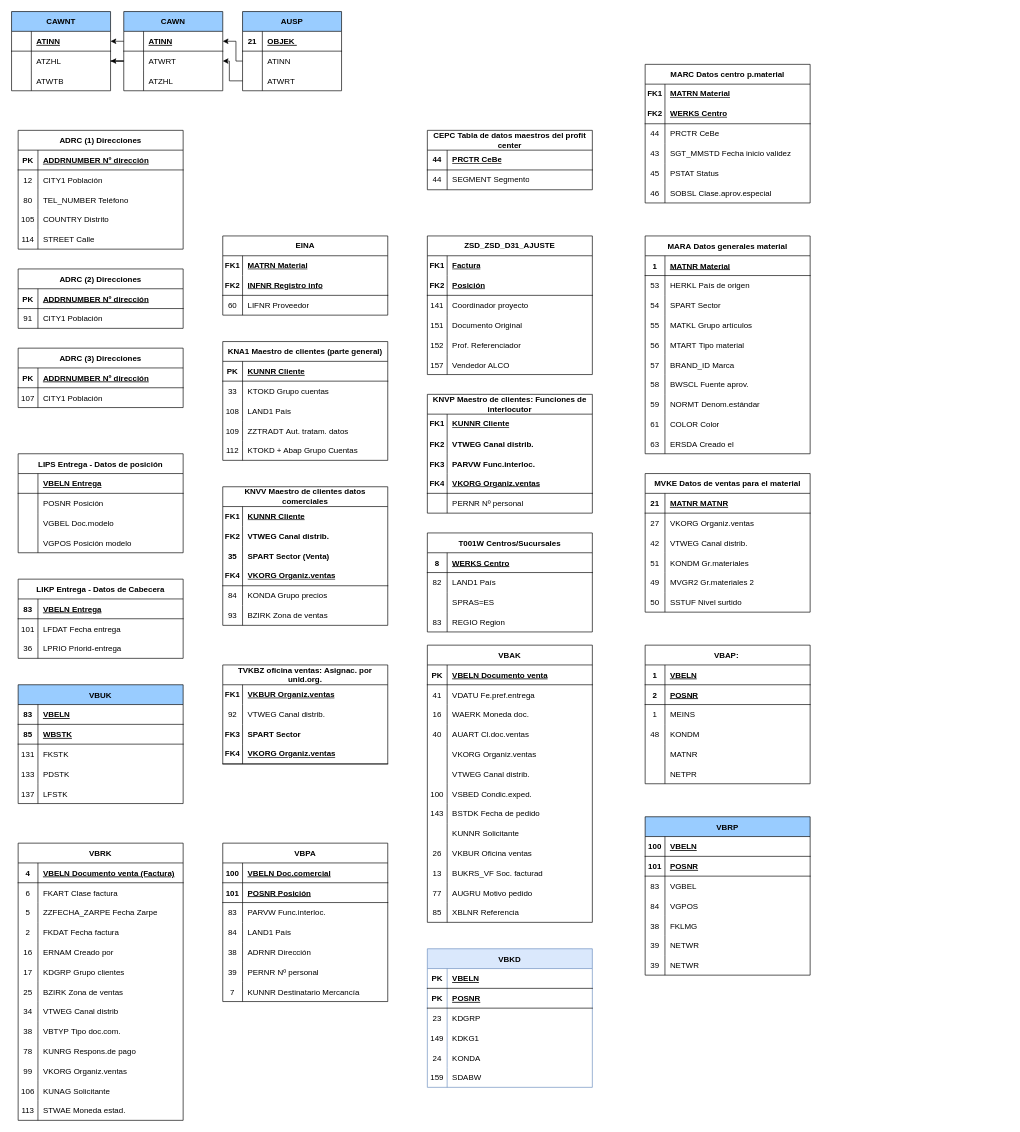
Earlier version of the draw.io diagram Untitled Diagram.drawio (Jacarrascoh1977/Ventas_Y_Contribuciones). Source tidied: cells renumbered, new cells numbered last; positions are measured from the earlier drawing's top-left corner, leaving out a move shared by most shapes. Both pictures are drawn from the tidied source at 66%, with x=0, y=0 at pixel (11, 11).
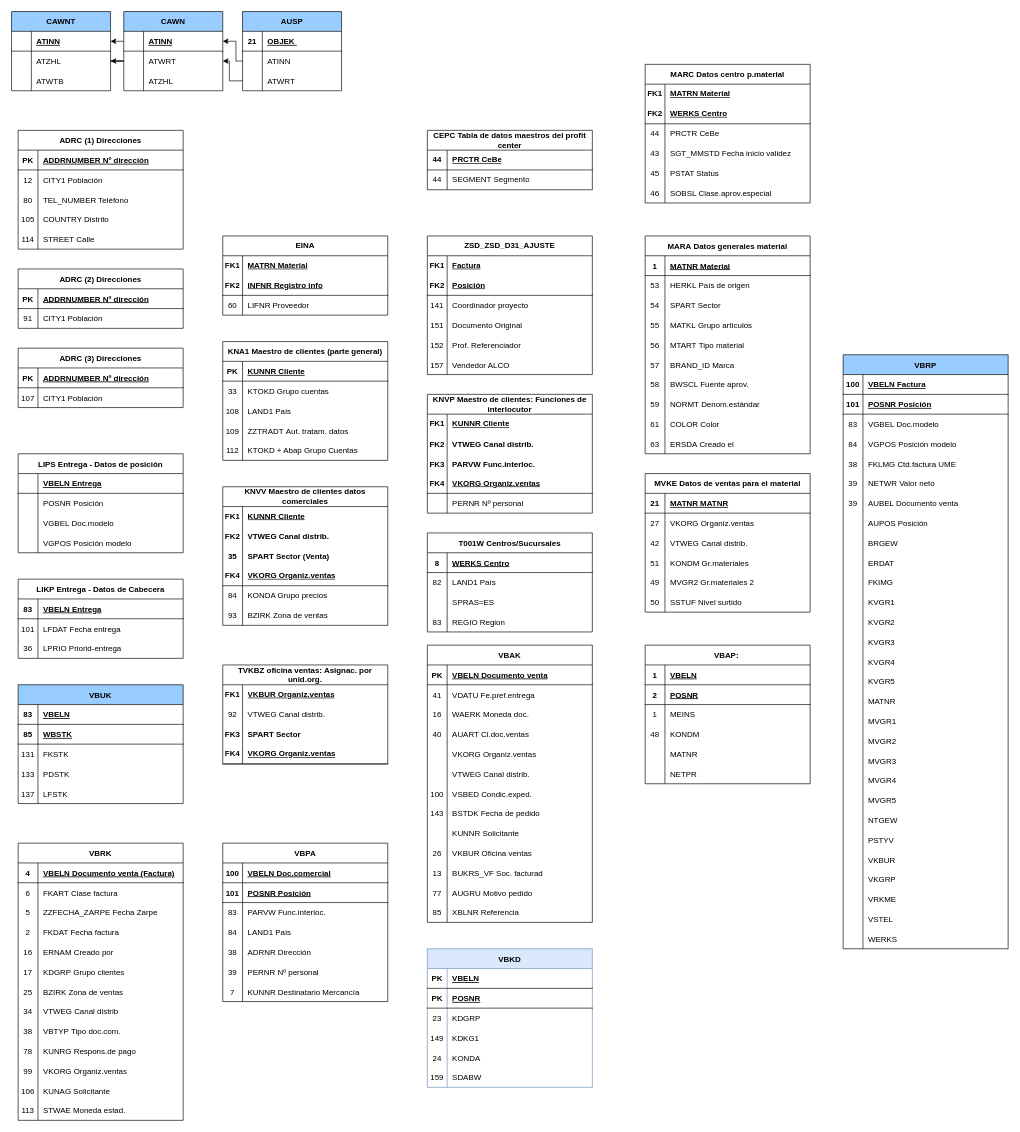
The same page after the edit.

Unchanged cells that the change refers to:
```xml
<mxCell id="406" style="shape=partialRectangle;fillColor=none;top=0;left=0;right=0;bottom=1;" parent="405" vertex="1">
  <mxGeometry y="30" width="250" height="30" as="geometry" />
</mxCell>
<mxCell id="409" style="shape=partialRectangle;fillColor=none;top=0;left=0;right=0;bottom=1;" parent="405" vertex="1">
  <mxGeometry y="60" width="250" height="30" as="geometry" />
</mxCell>
<mxCell id="412" style="shape=partialRectangle;fillColor=none;top=0;left=0;right=0;bottom=0;" parent="405" vertex="1">
  <mxGeometry y="90" width="250" height="30" as="geometry" />
</mxCell>
<mxCell id="415" style="shape=partialRectangle;fillColor=none;top=0;left=0;right=0;bottom=0;" parent="405" vertex="1">
  <mxGeometry y="120" width="250" height="30" as="geometry" />
</mxCell>
<mxCell id="418" style="shape=partialRectangle;fillColor=none;top=0;left=0;right=0;bottom=0;" parent="405" vertex="1">
  <mxGeometry y="150" width="250" height="30" as="geometry" />
</mxCell>
<mxCell id="421" style="shape=partialRectangle;fillColor=none;top=0;left=0;right=0;bottom=0;" parent="405" vertex="1">
  <mxGeometry y="180" width="250" height="30" as="geometry" />
</mxCell>
<mxCell id="424" style="shape=partialRectangle;fillColor=none;top=0;left=0;right=0;bottom=0;" parent="405" vertex="1">
  <mxGeometry y="210" width="250" height="30" as="geometry" />
</mxCell>
```

Diff of the diagram source:
```diff
@@
     <mxCell id="405" value="VBRP" style="shape=table;startSize=30;childLayout=tableLayout;rowLines=0;fontStyle=1;align=center;fillColor=#99CCFF;" parent="1" vertex="1">
-      <mxGeometry x="960" y="1220" width="250" height="240" as="geometry" />
+      <mxGeometry x="1260" y="520" width="250" height="900" as="geometry" />
     </mxCell>
@@
-    <mxCell id="408" value="VBELN" style="shape=partialRectangle;overflow=hidden;fillColor=none;top=0;left=0;bottom=0;right=0;align=left;spacingLeft=6;fontStyle=5;" parent="406" vertex="1">
+    <mxCell id="408" value="VBELN Factura" style="shape=partialRectangle;overflow=hidden;fillColor=none;top=0;left=0;bottom=0;right=0;align=left;spacingLeft=6;fontStyle=5;" parent="406" vertex="1">
       <mxGeometry x="30" width="220" height="30" as="geometry" />
     </mxCell>
@@
-    <mxCell id="411" value="POSNR" style="shape=partialRectangle;overflow=hidden;fillColor=none;top=0;left=0;bottom=0;right=0;align=left;spacingLeft=6;fontStyle=5;" parent="409" vertex="1">
+    <mxCell id="411" value="POSNR Posición" style="shape=partialRectangle;overflow=hidden;fillColor=none;top=0;left=0;bottom=0;right=0;align=left;spacingLeft=6;fontStyle=5;" parent="409" vertex="1">
       <mxGeometry x="30" width="220" height="30" as="geometry" />
     </mxCell>
@@
-    <mxCell id="414" value="VGBEL" style="shape=partialRectangle;overflow=hidden;fillColor=none;top=0;left=0;bottom=0;right=0;align=left;spacingLeft=6;" parent="412" vertex="1">
+    <mxCell id="414" value="VGBEL Doc.modelo" style="shape=partialRectangle;overflow=hidden;fillColor=none;top=0;left=0;bottom=0;right=0;align=left;spacingLeft=6;" parent="412" vertex="1">
       <mxGeometry x="30" width="220" height="30" as="geometry" />
     </mxCell>
@@
-    <mxCell id="417" value="VGPOS" style="shape=partialRectangle;overflow=hidden;fillColor=none;top=0;left=0;bottom=0;right=0;align=left;spacingLeft=6;" parent="415" vertex="1">
+    <mxCell id="417" value="VGPOS Posición modelo" style="shape=partialRectangle;overflow=hidden;fillColor=none;top=0;left=0;bottom=0;right=0;align=left;spacingLeft=6;" parent="415" vertex="1">
       <mxGeometry x="30" width="220" height="30" as="geometry" />
     </mxCell>
@@
-    <mxCell id="420" value="FKLMG" style="shape=partialRectangle;overflow=hidden;fillColor=none;top=0;left=0;bottom=0;right=0;align=left;spacingLeft=6;" parent="418" vertex="1">
+    <mxCell id="420" value="FKLMG Ctd.factura UME" style="shape=partialRectangle;overflow=hidden;fillColor=none;top=0;left=0;bottom=0;right=0;align=left;spacingLeft=6;" parent="418" vertex="1">
       <mxGeometry x="30" width="220" height="30" as="geometry" />
     </mxCell>
@@
-    <mxCell id="423" value="NETWR" style="shape=partialRectangle;overflow=hidden;fillColor=none;top=0;left=0;bottom=0;right=0;align=left;spacingLeft=6;" parent="421" vertex="1">
+    <mxCell id="423" value="NETWR Valor neto" style="shape=partialRectangle;overflow=hidden;fillColor=none;top=0;left=0;bottom=0;right=0;align=left;spacingLeft=6;" parent="421" vertex="1">
       <mxGeometry x="30" width="220" height="30" as="geometry" />
     </mxCell>
@@
-    <mxCell id="426" value="NETWR" style="shape=partialRectangle;overflow=hidden;fillColor=none;top=0;left=0;bottom=0;right=0;align=left;spacingLeft=6;" parent="424" vertex="1">
+    <mxCell id="426" value="AUBEL Documento venta" style="shape=partialRectangle;overflow=hidden;fillColor=none;top=0;left=0;bottom=0;right=0;align=left;spacingLeft=6;" parent="424" vertex="1">
       <mxGeometry x="30" width="220" height="30" as="geometry" />
     </mxCell>
+    <mxCell id="449" style="shape=tableRow;horizontal=0;startSize=0;swimlaneHead=0;swimlaneBody=0;fillColor=none;top=0;left=0;right=0;bottom=0;" parent="405" vertex="1">
+      <mxGeometry y="240" width="250" height="30" as="geometry" />
+    </mxCell>
+    <mxCell id="450" style="shape=partialRectangle;fillColor=none;top=0;left=0;bottom=0;right=0;overflow=hidden;" parent="449" vertex="1">
+      <mxGeometry width="30" height="30" as="geometry" />
+    </mxCell>
+    <mxCell id="451" value="AUPOS Posición" style="shape=partialRectangle;fillColor=none;top=0;left=0;bottom=0;right=0;align=left;spacingLeft=6;overflow=hidden;" parent="449" vertex="1">
+      <mxGeometry x="30" width="220" height="30" as="geometry" />
+    </mxCell>
+    <mxCell id="452" style="shape=tableRow;horizontal=0;startSize=0;swimlaneHead=0;swimlaneBody=0;fillColor=none;top=0;left=0;right=0;bottom=0;" parent="405" vertex="1">
+      <mxGeometry y="270" width="250" height="30" as="geometry" />
+    </mxCell>
+    <mxCell id="453" style="shape=partialRectangle;fillColor=none;top=0;left=0;bottom=0;right=0;overflow=hidden;" parent="452" vertex="1">
+      <mxGeometry width="30" height="30" as="geometry" />
+    </mxCell>
+    <mxCell id="454" value="BRGEW" style="shape=partialRectangle;fillColor=none;top=0;left=0;bottom=0;right=0;align=left;spacingLeft=6;overflow=hidden;" parent="452" vertex="1">
+      <mxGeometry x="30" width="220" height="30" as="geometry" />
+    </mxCell>
+    <mxCell id="455" style="shape=tableRow;horizontal=0;startSize=0;swimlaneHead=0;swimlaneBody=0;fillColor=none;top=0;left=0;right=0;bottom=0;" parent="405" vertex="1">
+      <mxGeometry y="300" width="250" height="30" as="geometry" />
+    </mxCell>
+    <mxCell id="456" style="shape=partialRectangle;fillColor=none;top=0;left=0;bottom=0;right=0;overflow=hidden;" parent="455" vertex="1">
+      <mxGeometry width="30" height="30" as="geometry" />
+    </mxCell>
+    <mxCell id="457" value="ERDAT" style="shape=partialRectangle;fillColor=none;top=0;left=0;bottom=0;right=0;align=left;spacingLeft=6;overflow=hidden;" parent="455" vertex="1">
+      <mxGeometry x="30" width="220" height="30" as="geometry" />
+    </mxCell>
+    <mxCell id="458" style="shape=tableRow;horizontal=0;startSize=0;swimlaneHead=0;swimlaneBody=0;fillColor=none;top=0;left=0;right=0;bottom=0;" parent="405" vertex="1">
+      <mxGeometry y="330" width="250" height="30" as="geometry" />
+    </mxCell>
+    <mxCell id="459" style="shape=partialRectangle;fillColor=none;top=0;left=0;bottom=0;right=0;overflow=hidden;" parent="458" vertex="1">
+      <mxGeometry width="30" height="30" as="geometry" />
+    </mxCell>
+    <mxCell id="460" value="FKIMG" style="shape=partialRectangle;fillColor=none;top=0;left=0;bottom=0;right=0;align=left;spacingLeft=6;overflow=hidden;" parent="458" vertex="1">
+      <mxGeometry x="30" width="220" height="30" as="geometry" />
+    </mxCell>
+    <mxCell id="461" style="shape=tableRow;horizontal=0;startSize=0;swimlaneHead=0;swimlaneBody=0;fillColor=none;top=0;left=0;right=0;bottom=0;" parent="405" vertex="1">
+      <mxGeometry y="360" width="250" height="30" as="geometry" />
+    </mxCell>
+    <mxCell id="462" style="shape=partialRectangle;fillColor=none;top=0;left=0;bottom=0;right=0;overflow=hidden;" parent="461" vertex="1">
+      <mxGeometry width="30" height="30" as="geometry" />
+    </mxCell>
+    <mxCell id="463" value="KVGR1" style="shape=partialRectangle;fillColor=none;top=0;left=0;bottom=0;right=0;align=left;spacingLeft=6;overflow=hidden;" parent="461" vertex="1">
+      <mxGeometry x="30" width="220" height="30" as="geometry" />
+    </mxCell>
+    <mxCell id="464" style="shape=tableRow;horizontal=0;startSize=0;swimlaneHead=0;swimlaneBody=0;fillColor=none;top=0;left=0;right=0;bottom=0;" parent="405" vertex="1">
+      <mxGeometry y="390" width="250" height="30" as="geometry" />
+    </mxCell>
+    <mxCell id="465" style="shape=partialRectangle;fillColor=none;top=0;left=0;bottom=0;right=0;overflow=hidden;" parent="464" vertex="1">
+      <mxGeometry width="30" height="30" as="geometry" />
+    </mxCell>
+    <mxCell id="466" value="KVGR2" style="shape=partialRectangle;fillColor=none;top=0;left=0;bottom=0;right=0;align=left;spacingLeft=6;overflow=hidden;" parent="464" vertex="1">
+      <mxGeometry x="30" width="220" height="30" as="geometry" />
+    </mxCell>
+    <mxCell id="467" style="shape=tableRow;horizontal=0;startSize=0;swimlaneHead=0;swimlaneBody=0;fillColor=none;top=0;left=0;right=0;bottom=0;" parent="405" vertex="1">
+      <mxGeometry y="420" width="250" height="30" as="geometry" />
+    </mxCell>
+    <mxCell id="468" style="shape=partialRectangle;fillColor=none;top=0;left=0;bottom=0;right=0;overflow=hidden;" parent="467" vertex="1">
+      <mxGeometry width="30" height="30" as="geometry" />
+    </mxCell>
+    <mxCell id="469" value="KVGR3" style="shape=partialRectangle;fillColor=none;top=0;left=0;bottom=0;right=0;align=left;spacingLeft=6;overflow=hidden;" parent="467" vertex="1">
+      <mxGeometry x="30" width="220" height="30" as="geometry" />
+    </mxCell>
+    <mxCell id="470" style="shape=tableRow;horizontal=0;startSize=0;swimlaneHead=0;swimlaneBody=0;fillColor=none;top=0;left=0;right=0;bottom=0;" parent="405" vertex="1">
+      <mxGeometry y="450" width="250" height="30" as="geometry" />
+    </mxCell>
+    <mxCell id="471" style="shape=partialRectangle;fillColor=none;top=0;left=0;bottom=0;right=0;overflow=hidden;" parent="470" vertex="1">
+      <mxGeometry width="30" height="30" as="geometry" />
+    </mxCell>
+    <mxCell id="472" value="KVGR4" style="shape=partialRectangle;fillColor=none;top=0;left=0;bottom=0;right=0;align=left;spacingLeft=6;overflow=hidden;" parent="470" vertex="1">
+      <mxGeometry x="30" width="220" height="30" as="geometry" />
+    </mxCell>
+    <mxCell id="473" style="shape=tableRow;horizontal=0;startSize=0;swimlaneHead=0;swimlaneBody=0;fillColor=none;top=0;left=0;right=0;bottom=0;" parent="405" vertex="1">
+      <mxGeometry y="480" width="250" height="30" as="geometry" />
+    </mxCell>
+    <mxCell id="474" style="shape=partialRectangle;fillColor=none;top=0;left=0;bottom=0;right=0;overflow=hidden;" parent="473" vertex="1">
+      <mxGeometry width="30" height="30" as="geometry" />
+    </mxCell>
+    <mxCell id="475" value="KVGR5" style="shape=partialRectangle;fillColor=none;top=0;left=0;bottom=0;right=0;align=left;spacingLeft=6;overflow=hidden;" parent="473" vertex="1">
+      <mxGeometry x="30" width="220" height="30" as="geometry" />
+    </mxCell>
+    <mxCell id="476" style="shape=tableRow;horizontal=0;startSize=0;swimlaneHead=0;swimlaneBody=0;fillColor=none;top=0;left=0;right=0;bottom=0;" parent="405" vertex="1">
+      <mxGeometry y="510" width="250" height="30" as="geometry" />
+    </mxCell>
+    <mxCell id="477" style="shape=partialRectangle;fillColor=none;top=0;left=0;bottom=0;right=0;overflow=hidden;" parent="476" vertex="1">
+      <mxGeometry width="30" height="30" as="geometry" />
+    </mxCell>
+    <mxCell id="478" value="MATNR" style="shape=partialRectangle;fillColor=none;top=0;left=0;bottom=0;right=0;align=left;spacingLeft=6;overflow=hidden;" parent="476" vertex="1">
+      <mxGeometry x="30" width="220" height="30" as="geometry" />
+    </mxCell>
+    <mxCell id="479" style="shape=tableRow;horizontal=0;startSize=0;swimlaneHead=0;swimlaneBody=0;fillColor=none;top=0;left=0;right=0;bottom=0;" parent="405" vertex="1">
+      <mxGeometry y="540" width="250" height="30" as="geometry" />
+    </mxCell>
+    <mxCell id="480" style="shape=partialRectangle;fillColor=none;top=0;left=0;bottom=0;right=0;overflow=hidden;" parent="479" vertex="1">
+      <mxGeometry width="30" height="30" as="geometry" />
+    </mxCell>
+    <mxCell id="481" value="MVGR1" style="shape=partialRectangle;fillColor=none;top=0;left=0;bottom=0;right=0;align=left;spacingLeft=6;overflow=hidden;" parent="479" vertex="1">
+      <mxGeometry x="30" width="220" height="30" as="geometry" />
+    </mxCell>
+    <mxCell id="482" style="shape=tableRow;horizontal=0;startSize=0;swimlaneHead=0;swimlaneBody=0;fillColor=none;top=0;left=0;right=0;bottom=0;" parent="405" vertex="1">
+      <mxGeometry y="570" width="250" height="30" as="geometry" />
+    </mxCell>
+    <mxCell id="483" style="shape=partialRectangle;fillColor=none;top=0;left=0;bottom=0;right=0;overflow=hidden;" parent="482" vertex="1">
+      <mxGeometry width="30" height="30" as="geometry" />
+    </mxCell>
+    <mxCell id="484" value="MVGR2" style="shape=partialRectangle;fillColor=none;top=0;left=0;bottom=0;right=0;align=left;spacingLeft=6;overflow=hidden;" parent="482" vertex="1">
+      <mxGeometry x="30" width="220" height="30" as="geometry" />
+    </mxCell>
+    <mxCell id="485" style="shape=tableRow;horizontal=0;startSize=0;swimlaneHead=0;swimlaneBody=0;fillColor=none;top=0;left=0;right=0;bottom=0;" parent="405" vertex="1">
+      <mxGeometry y="600" width="250" height="30" as="geometry" />
+    </mxCell>
+    <mxCell id="486" style="shape=partialRectangle;fillColor=none;top=0;left=0;bottom=0;right=0;overflow=hidden;" parent="485" vertex="1">
+      <mxGeometry width="30" height="30" as="geometry" />
+    </mxCell>
+    <mxCell id="487" value="MVGR3" style="shape=partialRectangle;fillColor=none;top=0;left=0;bottom=0;right=0;align=left;spacingLeft=6;overflow=hidden;" parent="485" vertex="1">
+      <mxGeometry x="30" width="220" height="30" as="geometry" />
+    </mxCell>
+    <mxCell id="488" style="shape=tableRow;horizontal=0;startSize=0;swimlaneHead=0;swimlaneBody=0;fillColor=none;top=0;left=0;right=0;bottom=0;" parent="405" vertex="1">
+      <mxGeometry y="630" width="250" height="30" as="geometry" />
+    </mxCell>
+    <mxCell id="489" style="shape=partialRectangle;fillColor=none;top=0;left=0;bottom=0;right=0;overflow=hidden;" parent="488" vertex="1">
+      <mxGeometry width="30" height="30" as="geometry" />
+    </mxCell>
+    <mxCell id="490" value="MVGR4" style="shape=partialRectangle;fillColor=none;top=0;left=0;bottom=0;right=0;align=left;spacingLeft=6;overflow=hidden;" parent="488" vertex="1">
+      <mxGeometry x="30" width="220" height="30" as="geometry" />
+    </mxCell>
+    <mxCell id="491" style="shape=tableRow;horizontal=0;startSize=0;swimlaneHead=0;swimlaneBody=0;fillColor=none;top=0;left=0;right=0;bottom=0;" parent="405" vertex="1">
+      <mxGeometry y="660" width="250" height="30" as="geometry" />
+    </mxCell>
+    <mxCell id="492" style="shape=partialRectangle;fillColor=none;top=0;left=0;bottom=0;right=0;overflow=hidden;" parent="491" vertex="1">
+      <mxGeometry width="30" height="30" as="geometry" />
+    </mxCell>
+    <mxCell id="493" value="MVGR5" style="shape=partialRectangle;fillColor=none;top=0;left=0;bottom=0;right=0;align=left;spacingLeft=6;overflow=hidden;" parent="491" vertex="1">
+      <mxGeometry x="30" width="220" height="30" as="geometry" />
+    </mxCell>
+    <mxCell id="494" style="shape=tableRow;horizontal=0;startSize=0;swimlaneHead=0;swimlaneBody=0;fillColor=none;top=0;left=0;right=0;bottom=0;" parent="405" vertex="1">
+      <mxGeometry y="690" width="250" height="30" as="geometry" />
+    </mxCell>
+    <mxCell id="495" style="shape=partialRectangle;fillColor=none;top=0;left=0;bottom=0;right=0;overflow=hidden;" parent="494" vertex="1">
+      <mxGeometry width="30" height="30" as="geometry" />
+    </mxCell>
+    <mxCell id="496" value="NTGEW" style="shape=partialRectangle;fillColor=none;top=0;left=0;bottom=0;right=0;align=left;spacingLeft=6;overflow=hidden;" parent="494" vertex="1">
+      <mxGeometry x="30" width="220" height="30" as="geometry" />
+    </mxCell>
+    <mxCell id="497" style="shape=tableRow;horizontal=0;startSize=0;swimlaneHead=0;swimlaneBody=0;fillColor=none;top=0;left=0;right=0;bottom=0;" parent="405" vertex="1">
+      <mxGeometry y="720" width="250" height="30" as="geometry" />
+    </mxCell>
+    <mxCell id="498" style="shape=partialRectangle;fillColor=none;top=0;left=0;bottom=0;right=0;overflow=hidden;" parent="497" vertex="1">
+      <mxGeometry width="30" height="30" as="geometry" />
+    </mxCell>
+    <mxCell id="499" value="PSTYV" style="shape=partialRectangle;fillColor=none;top=0;left=0;bottom=0;right=0;align=left;spacingLeft=6;overflow=hidden;" parent="497" vertex="1">
+      <mxGeometry x="30" width="220" height="30" as="geometry" />
+    </mxCell>
+    <mxCell id="500" style="shape=tableRow;horizontal=0;startSize=0;swimlaneHead=0;swimlaneBody=0;fillColor=none;top=0;left=0;right=0;bottom=0;" parent="405" vertex="1">
+      <mxGeometry y="750" width="250" height="30" as="geometry" />
+    </mxCell>
+    <mxCell id="501" style="shape=partialRectangle;fillColor=none;top=0;left=0;bottom=0;right=0;overflow=hidden;" parent="500" vertex="1">
+      <mxGeometry width="30" height="30" as="geometry" />
+    </mxCell>
+    <mxCell id="502" value="VKBUR" style="shape=partialRectangle;fillColor=none;top=0;left=0;bottom=0;right=0;align=left;spacingLeft=6;overflow=hidden;" parent="500" vertex="1">
+      <mxGeometry x="30" width="220" height="30" as="geometry" />
+    </mxCell>
+    <mxCell id="503" style="shape=tableRow;horizontal=0;startSize=0;swimlaneHead=0;swimlaneBody=0;fillColor=none;top=0;left=0;right=0;bottom=0;" parent="405" vertex="1">
+      <mxGeometry y="780" width="250" height="30" as="geometry" />
+    </mxCell>
+    <mxCell id="504" style="shape=partialRectangle;fillColor=none;top=0;left=0;bottom=0;right=0;overflow=hidden;" parent="503" vertex="1">
+      <mxGeometry width="30" height="30" as="geometry" />
+    </mxCell>
+    <mxCell id="505" value="VKGRP" style="shape=partialRectangle;fillColor=none;top=0;left=0;bottom=0;right=0;align=left;spacingLeft=6;overflow=hidden;" parent="503" vertex="1">
+      <mxGeometry x="30" width="220" height="30" as="geometry" />
+    </mxCell>
+    <mxCell id="506" style="shape=tableRow;horizontal=0;startSize=0;swimlaneHead=0;swimlaneBody=0;fillColor=none;top=0;left=0;right=0;bottom=0;" parent="405" vertex="1">
+      <mxGeometry y="810" width="250" height="30" as="geometry" />
+    </mxCell>
+    <mxCell id="507" style="shape=partialRectangle;fillColor=none;top=0;left=0;bottom=0;right=0;overflow=hidden;" parent="506" vertex="1">
+      <mxGeometry width="30" height="30" as="geometry" />
+    </mxCell>
+    <mxCell id="508" value="VRKME" style="shape=partialRectangle;fillColor=none;top=0;left=0;bottom=0;right=0;align=left;spacingLeft=6;overflow=hidden;" parent="506" vertex="1">
+      <mxGeometry x="30" width="220" height="30" as="geometry" />
+    </mxCell>
+    <mxCell id="509" style="shape=tableRow;horizontal=0;startSize=0;swimlaneHead=0;swimlaneBody=0;fillColor=none;top=0;left=0;right=0;bottom=0;" parent="405" vertex="1">
+      <mxGeometry y="840" width="250" height="30" as="geometry" />
+    </mxCell>
+    <mxCell id="510" style="shape=partialRectangle;fillColor=none;top=0;left=0;bottom=0;right=0;overflow=hidden;" parent="509" vertex="1">
+      <mxGeometry width="30" height="30" as="geometry" />
+    </mxCell>
+    <mxCell id="511" value="VSTEL" style="shape=partialRectangle;fillColor=none;top=0;left=0;bottom=0;right=0;align=left;spacingLeft=6;overflow=hidden;" parent="509" vertex="1">
+      <mxGeometry x="30" width="220" height="30" as="geometry" />
+    </mxCell>
+    <mxCell id="512" style="shape=tableRow;horizontal=0;startSize=0;swimlaneHead=0;swimlaneBody=0;fillColor=none;top=0;left=0;right=0;bottom=0;" parent="405" vertex="1">
+      <mxGeometry y="870" width="250" height="30" as="geometry" />
+    </mxCell>
+    <mxCell id="513" style="shape=partialRectangle;fillColor=none;top=0;left=0;bottom=0;right=0;overflow=hidden;" parent="512" vertex="1">
+      <mxGeometry width="30" height="30" as="geometry" />
+    </mxCell>
+    <mxCell id="514" value="WERKS" style="shape=partialRectangle;fillColor=none;top=0;left=0;bottom=0;right=0;align=left;spacingLeft=6;overflow=hidden;" parent="512" vertex="1">
+      <mxGeometry x="30" width="220" height="30" as="geometry" />
+    </mxCell>
```
